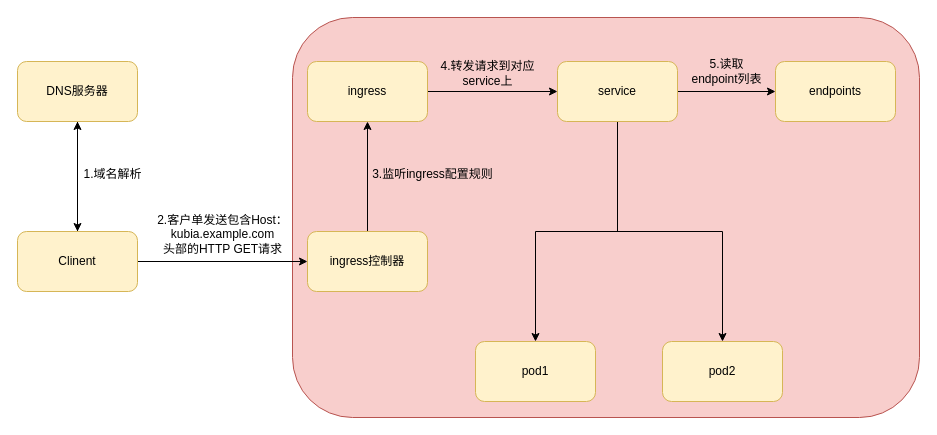
AYO-Al/draw keeps this draw.io diagram as Ingress work.drawio. Above is the earlier version. Source tidied: cells renumbered, new cells numbered last; positions are measured from the earlier drawing's top-left corner, leaving out a move shared by most shapes. Both pictures are drawn from the tidied source at 100%, with x=0, y=0 at pixel (17, 17).
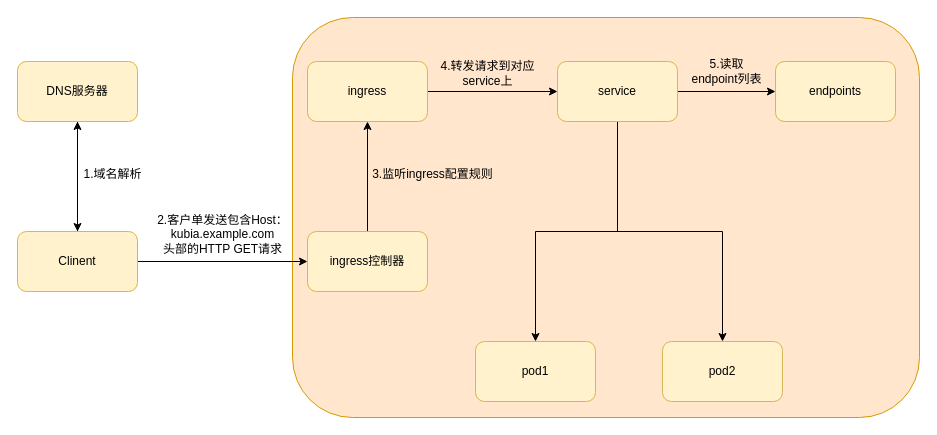
The same diagram, later.

The edit, as a diff of the source:
```diff
@@
-    <mxCell id="2" style="rounded=1;whiteSpace=wrap;html=1;fillColor=#f8cecc;strokeColor=#b85450;" parent="1" vertex="1">
+    <mxCell id="2" style="rounded=1;whiteSpace=wrap;html=1;fillColor=#ffe6cc;strokeColor=#d79b00;" parent="1" vertex="1">
       <mxGeometry x="275" width="627" height="400" as="geometry" />
     </mxCell>
```
